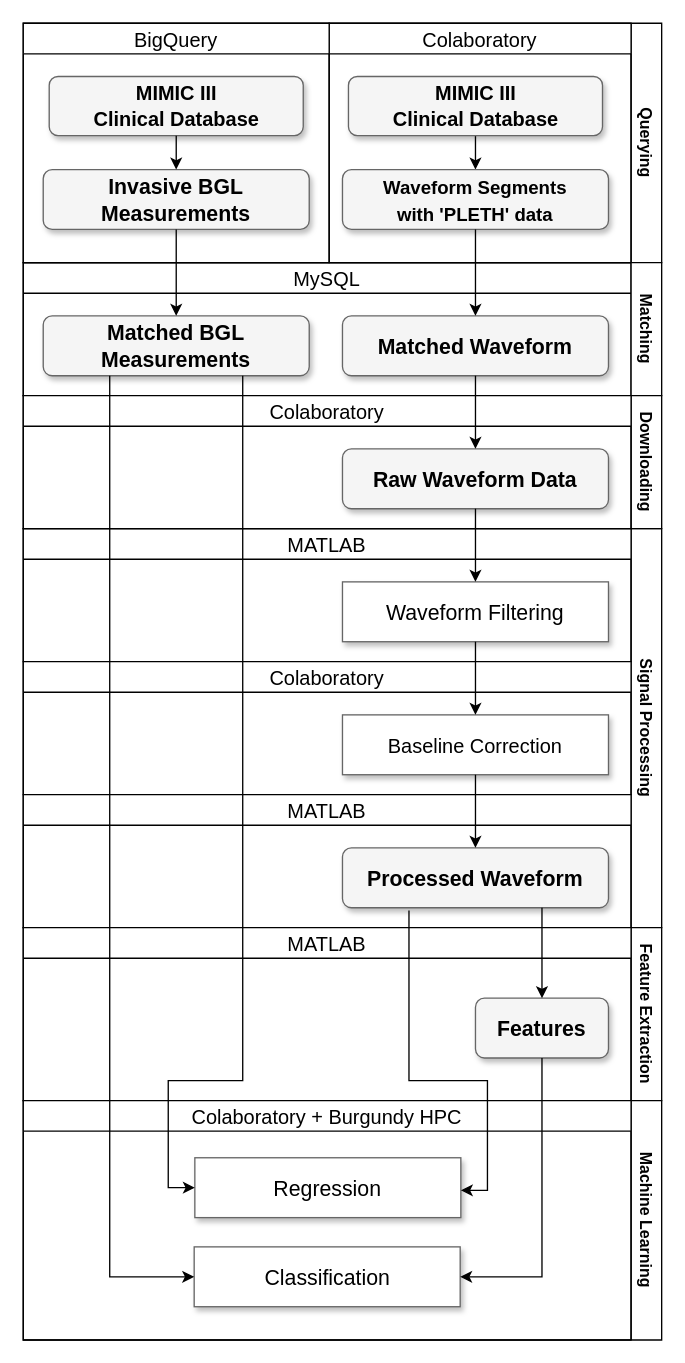
INll/fyp-graphs keeps this draw.io diagram as workflow.drawio. Above is the earlier version. Source tidied: cells renumbered, new cells numbered last; positions are measured from the earlier drawing's top-left corner, leaving out a move shared by most shapes. Both pictures are drawn from the tidied source at 133%, with x=0, y=0 at pixel (23, 23).
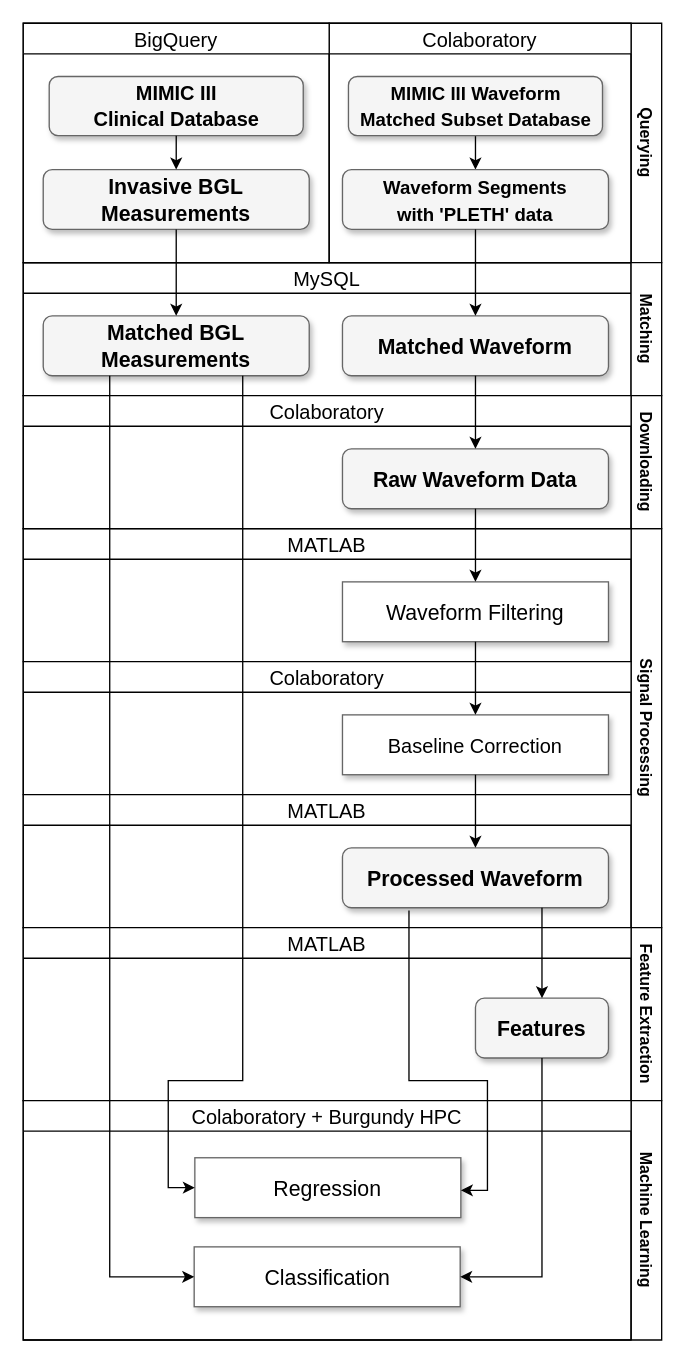
After the change.

Commit message:
Fix name of matched db

The change refers to these unchanged cells:
```xml
<mxCell id="4" value="Colaboratory" style="swimlane;rounded=0;fontSize=15;fillColor=#FFFFFF;startSize=23;fontStyle=0;" parent="3" vertex="1">
  <mxGeometry x="230" width="227" height="180" as="geometry" />
</mxCell>
```

Change to the diagram source:
```diff
@@
-    <mxCell id="6" value="&lt;b style=&quot;font-size: 15px;&quot;&gt;&lt;font style=&quot;font-size: 15px;&quot;&gt;MIMIC III&lt;br&gt;Clinical Database&lt;/font&gt;&lt;/b&gt;" style="whiteSpace=wrap;html=1;rounded=1;shadow=1;strokeWidth=1;fontSize=16;align=center;fillColor=#F5F5F5;strokeColor=#666666;" parent="4" vertex="1">
+    <mxCell id="6" value="&lt;b style=&quot;font-size: 14px;&quot;&gt;&lt;font style=&quot;font-size: 14px;&quot;&gt;MIMIC III Waveform &lt;br&gt;Matched Subset Database&lt;/font&gt;&lt;/b&gt;" style="whiteSpace=wrap;html=1;rounded=1;shadow=1;strokeWidth=1;fontSize=16;align=center;fillColor=#F5F5F5;strokeColor=#666666;" parent="4" vertex="1">
       <mxGeometry x="14.5" y="40" width="191" height="44.5" as="geometry" />
     </mxCell>
```
